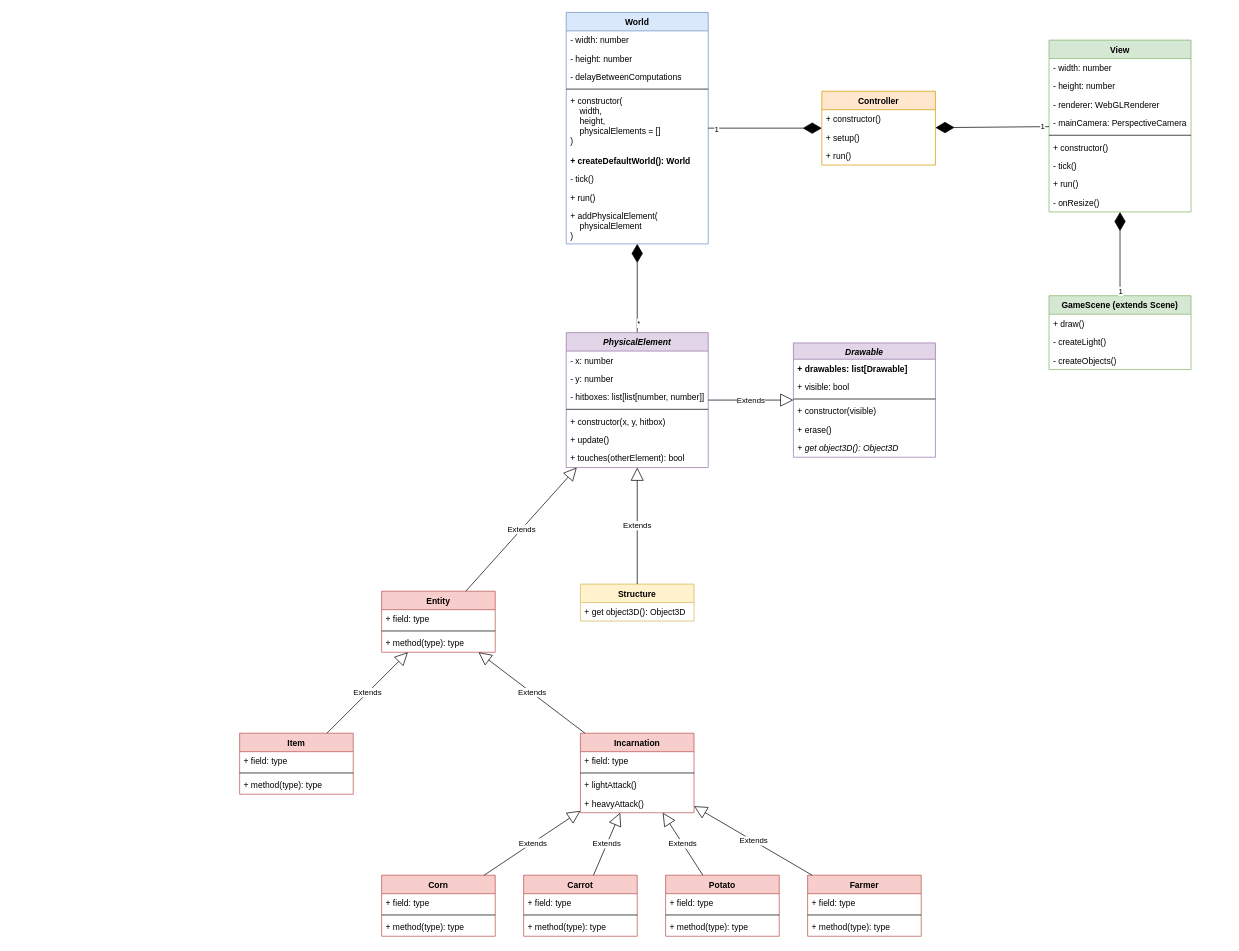
Before: information/class diagram.drawio in le-chartreux/Rutabagarre-web-edition, a draw.io diagram. Source tidied: cells renumbered, new cells numbered last; positions are measured from the earlier drawing's top-left corner, leaving out a move shared by most shapes. Both pictures are drawn from the tidied source at 71%, with x=0, y=0 at pixel (239, 12).
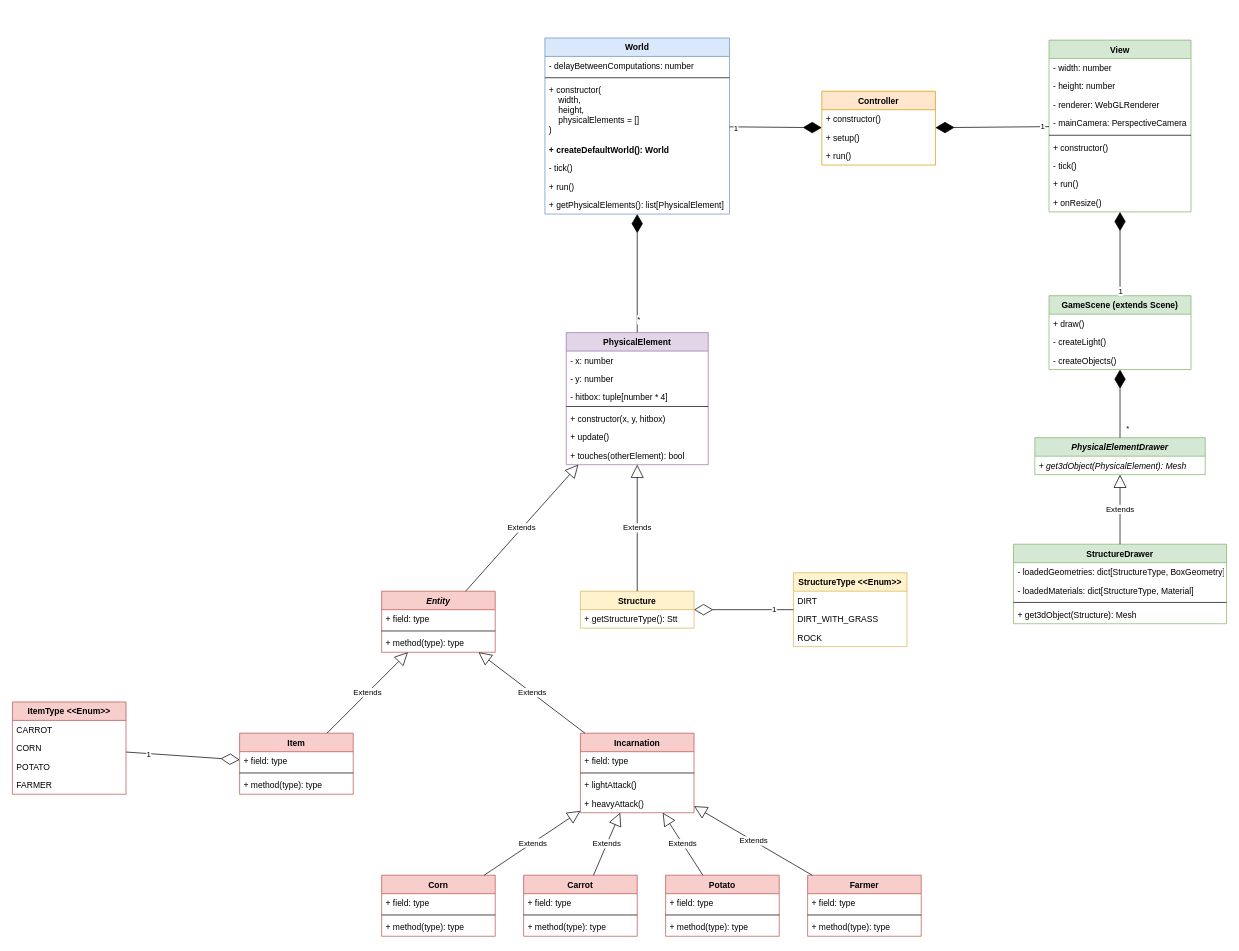
The same diagram, later.

Commit message (it also covers changes not shown here):
working on the project architecture -> better MVC

The change refers to these unchanged cells:
```xml
<mxCell id="2" value="View" style="swimlane;fontStyle=1;align=center;verticalAlign=top;horizontal=1;startSize=26;fillColor=#d5e8d4;strokeColor=#82b366;" parent="1" vertex="1">
  <mxGeometry x="1140" y="39" width="200" height="242" as="geometry" />
</mxCell>
<mxCell id="48" value="Item" style="swimlane;fontStyle=1;align=center;verticalAlign=top;horizontal=1;startSize=26;fillColor=#f8cecc;strokeColor=#b85450;" parent="1" vertex="1">
  <mxGeometry y="1015.2" width="160" height="86" as="geometry" />
</mxCell>
<mxCell id="86" value="GameScene (extends Scene)" style="swimlane;fontStyle=1;align=center;verticalAlign=top;horizontal=1;startSize=26;fillColor=#d5e8d4;strokeColor=#82b366;" parent="1" vertex="1">
  <mxGeometry x="1140" y="399" width="200" height="104" as="geometry" />
</mxCell>
```

The edit, as a diff of the source:
```diff
@@
-    <mxCell id="11" value="- onResize()" style="text;strokeColor=none;fillColor=none;align=left;verticalAlign=top;spacingLeft=4;spacingRight=4;overflow=hidden;" parent="2" vertex="1">
+    <mxCell id="11" value="+ onResize()" style="text;strokeColor=none;fillColor=none;align=left;verticalAlign=top;spacingLeft=4;spacingRight=4;overflow=hidden;" parent="2" vertex="1">
       <mxGeometry y="216" width="200" height="26" as="geometry" />
     </mxCell>
@@
     <mxCell id="16" value="World" style="swimlane;fontStyle=1;align=center;verticalAlign=top;horizontal=1;startSize=26;fillColor=#dae8fc;strokeColor=#6c8ebf;" parent="1" vertex="1">
-      <mxGeometry x="460" width="200" height="326" as="geometry" />
+      <mxGeometry x="430" y="36" width="260" height="248" as="geometry" />
     </mxCell>
-    <mxCell id="17" value="- width: number" style="text;strokeColor=none;fillColor=none;align=left;verticalAlign=top;spacingLeft=4;spacingRight=4;overflow=hidden;" parent="16" vertex="1">
-      <mxGeometry y="26" width="200" height="26" as="geometry" />
-    </mxCell>
-    <mxCell id="18" value="- height: number" style="text;strokeColor=none;fillColor=none;align=left;verticalAlign=top;spacingLeft=4;spacingRight=4;overflow=hidden;" parent="16" vertex="1">
-      <mxGeometry y="52" width="200" height="26" as="geometry" />
-    </mxCell>
-    <mxCell id="19" value="- delayBetweenComputations" style="text;strokeColor=none;fillColor=none;align=left;verticalAlign=top;spacingLeft=4;spacingRight=4;overflow=hidden;" parent="16" vertex="1">
-      <mxGeometry y="78" width="200" height="26" as="geometry" />
+    <mxCell id="19" value="- delayBetweenComputations: number" style="text;strokeColor=none;fillColor=none;align=left;verticalAlign=top;spacingLeft=4;spacingRight=4;overflow=hidden;" parent="16" vertex="1">
+      <mxGeometry y="26" width="260" height="26" as="geometry" />
     </mxCell>
     <mxCell id="20" style="line;strokeWidth=1;fillColor=none;align=left;verticalAlign=middle;spacingTop=-1;spacingLeft=3;spacingRight=3;labelPosition=right;" parent="16" vertex="1">
-      <mxGeometry y="104" width="200" height="8" as="geometry" />
+      <mxGeometry y="52" width="260" height="8" as="geometry" />
     </mxCell>
     <mxCell id="21" value="+ constructor(&#10;    width, &#10;    height, &#10;    physicalElements = []&#10;)" style="text;strokeColor=none;fillColor=none;align=left;verticalAlign=top;spacingLeft=4;spacingRight=4;overflow=hidden;" parent="16" vertex="1">
-      <mxGeometry y="112" width="200" height="84" as="geometry" />
+      <mxGeometry y="60" width="260" height="84" as="geometry" />
     </mxCell>
     <mxCell id="22" value="+ createDefaultWorld(): World" style="text;strokeColor=none;fillColor=none;align=left;verticalAlign=top;spacingLeft=4;spacingRight=4;overflow=hidden;fontStyle=1;" parent="16" vertex="1">
-      <mxGeometry y="196" width="200" height="26" as="geometry" />
+      <mxGeometry y="144" width="260" height="26" as="geometry" />
     </mxCell>
     <mxCell id="23" value="- tick()" style="text;strokeColor=none;fillColor=none;align=left;verticalAlign=top;spacingLeft=4;spacingRight=4;overflow=hidden;" parent="16" vertex="1">
-      <mxGeometry y="222" width="200" height="26" as="geometry" />
+      <mxGeometry y="170" width="260" height="26" as="geometry" />
     </mxCell>
     <mxCell id="24" value="+ run()" style="text;strokeColor=none;fillColor=none;align=left;verticalAlign=top;spacingLeft=4;spacingRight=4;overflow=hidden;" parent="16" vertex="1">
-      <mxGeometry y="248" width="200" height="26" as="geometry" />
+      <mxGeometry y="196" width="260" height="26" as="geometry" />
     </mxCell>
-    <mxCell id="25" value="+ addPhysicalElement(&#10;    physicalElement&#10;)" style="text;strokeColor=none;fillColor=none;align=left;verticalAlign=top;spacingLeft=4;spacingRight=4;overflow=hidden;" parent="16" vertex="1">
-      <mxGeometry y="274" width="200" height="52" as="geometry" />
-    </mxCell>
-    <mxCell id="26" value="Drawable" style="swimlane;fontStyle=3;align=center;verticalAlign=top;horizontal=1;startSize=23;fillColor=#e1d5e7;strokeColor=#9673a6;" parent="1" vertex="1">
-      <mxGeometry x="780" y="465.5" width="200" height="161" as="geometry" />
-    </mxCell>
-    <mxCell id="27" value="+ drawables: list[Drawable]" style="text;strokeColor=none;fillColor=none;align=left;verticalAlign=top;spacingLeft=4;spacingRight=4;overflow=hidden;fontStyle=1;" parent="26" vertex="1">
-      <mxGeometry y="23" width="200" height="26" as="geometry" />
-    </mxCell>
-    <mxCell id="28" value="+ visible: bool" style="text;strokeColor=none;fillColor=none;align=left;verticalAlign=top;spacingLeft=4;spacingRight=4;overflow=hidden;" parent="26" vertex="1">
-      <mxGeometry y="49" width="200" height="26" as="geometry" />
-    </mxCell>
-    <mxCell id="29" style="line;strokeWidth=1;fillColor=none;align=left;verticalAlign=middle;spacingTop=-1;spacingLeft=3;spacingRight=3;labelPosition=right;" parent="26" vertex="1">
-      <mxGeometry y="75" width="200" height="8" as="geometry" />
-    </mxCell>
-    <mxCell id="30" value="+ constructor(visible)" style="text;strokeColor=none;fillColor=none;align=left;verticalAlign=top;spacingLeft=4;spacingRight=4;overflow=hidden;" parent="26" vertex="1">
-      <mxGeometry y="83" width="200" height="26" as="geometry" />
-    </mxCell>
-    <mxCell id="31" value="+ erase()" style="text;strokeColor=none;fillColor=none;align=left;verticalAlign=top;spacingLeft=4;spacingRight=4;overflow=hidden;" parent="26" vertex="1">
-      <mxGeometry y="109" width="200" height="26" as="geometry" />
-    </mxCell>
-    <mxCell id="32" value="+ get object3D(): Object3D" style="text;strokeColor=none;fillColor=none;align=left;verticalAlign=top;spacingLeft=4;spacingRight=4;overflow=hidden;fontStyle=2;" parent="26" vertex="1">
-      <mxGeometry y="135" width="200" height="26" as="geometry" />
-    </mxCell>
+    <mxCell id="93" value="+ getPhysicalElements(): list[PhysicalElement]" style="text;strokeColor=none;fillColor=none;align=left;verticalAlign=top;spacingLeft=4;spacingRight=4;overflow=hidden;" parent="16" vertex="1">
+      <mxGeometry y="222" width="260" height="26" as="geometry" />
+    </mxCell>
@@
-    <mxCell id="37" value="Entity" style="swimlane;fontStyle=1;align=center;verticalAlign=top;horizontal=1;startSize=26;fillColor=#f8cecc;strokeColor=#b85450;" parent="1" vertex="1">
+    <mxCell id="37" value="Entity" style="swimlane;fontStyle=3;align=center;verticalAlign=top;horizontal=1;startSize=26;fillColor=#f8cecc;strokeColor=#b85450;" parent="1" vertex="1">
       <mxGeometry x="200" y="815.2" width="160" height="86" as="geometry" />
     </mxCell>
@@
     <mxCell id="41" value="Structure" style="swimlane;fontStyle=1;align=center;verticalAlign=top;horizontal=1;startSize=26;fillColor=#fff2cc;strokeColor=#d6b656;" parent="1" vertex="1">
-      <mxGeometry x="480" y="805.2" width="160" height="52" as="geometry" />
+      <mxGeometry x="480" y="815.2" width="160" height="52" as="geometry" />
     </mxCell>
-    <mxCell id="42" value="+ get object3D(): Object3D" style="text;strokeColor=none;fillColor=none;align=left;verticalAlign=top;spacingLeft=4;spacingRight=4;overflow=hidden;" parent="41" vertex="1">
-      <mxGeometry y="26" width="160" height="26" as="geometry" />
-    </mxCell>
+    <mxCell id="94" value="+ getStructureType(): Stt" style="text;strokeColor=none;fillColor=none;align=left;verticalAlign=top;spacingLeft=4;spacingRight=4;overflow=hidden;" parent="41" vertex="1">
+      <mxGeometry y="26" width="160" height="26" as="geometry" />
+    </mxCell>
@@
-    <mxCell id="76" value="PhysicalElement" style="swimlane;fontStyle=3;align=center;verticalAlign=top;horizontal=1;startSize=26;fillColor=#e1d5e7;strokeColor=#9673a6;" parent="1" vertex="1">
-      <mxGeometry x="460" y="451" width="200" height="190" as="geometry" />
+    <mxCell id="76" value="PhysicalElement" style="swimlane;fontStyle=1;align=center;verticalAlign=top;horizontal=1;startSize=26;fillColor=#e1d5e7;strokeColor=#9673a6;" parent="1" vertex="1">
+      <mxGeometry x="460" y="451" width="200" height="186" as="geometry" />
     </mxCell>
@@
-    <mxCell id="79" value="- hitboxes: list[list[number, number]]" style="text;strokeColor=none;fillColor=none;align=left;verticalAlign=top;spacingLeft=4;spacingRight=4;overflow=hidden;" parent="76" vertex="1">
-      <mxGeometry y="78" width="200" height="26" as="geometry" />
-    </mxCell>
+    <mxCell id="95" value="- hitbox: tuple[number * 4]" style="text;strokeColor=none;fillColor=none;align=left;verticalAlign=top;spacingLeft=4;spacingRight=4;overflow=hidden;" parent="76" vertex="1">
+      <mxGeometry y="78" width="200" height="22" as="geometry" />
+    </mxCell>
     <mxCell id="80" style="line;strokeWidth=1;fillColor=none;align=left;verticalAlign=middle;spacingTop=-1;spacingLeft=3;spacingRight=3;labelPosition=right;" parent="76" vertex="1">
-      <mxGeometry y="104" width="200" height="8" as="geometry" />
+      <mxGeometry y="100" width="200" height="8" as="geometry" />
     </mxCell>
     <mxCell id="81" value="+ constructor(x, y, hitbox)" style="text;strokeColor=none;fillColor=none;align=left;verticalAlign=top;spacingLeft=4;spacingRight=4;overflow=hidden;" parent="76" vertex="1">
-      <mxGeometry y="112" width="200" height="26" as="geometry" />
+      <mxGeometry y="108" width="200" height="26" as="geometry" />
     </mxCell>
     <mxCell id="82" value="+ update()" style="text;strokeColor=none;fillColor=none;align=left;verticalAlign=top;spacingLeft=4;spacingRight=4;overflow=hidden;" parent="76" vertex="1">
-      <mxGeometry y="138" width="200" height="26" as="geometry" />
+      <mxGeometry y="134" width="200" height="26" as="geometry" />
     </mxCell>
     <mxCell id="83" value="+ touches(otherElement): bool" style="text;strokeColor=none;fillColor=none;align=left;verticalAlign=top;spacingLeft=4;spacingRight=4;overflow=hidden;" parent="76" vertex="1">
-      <mxGeometry y="164" width="200" height="26" as="geometry" />
+      <mxGeometry y="160" width="200" height="26" as="geometry" />
     </mxCell>
@@
+    <mxCell id="96" value="StructureDrawer" style="swimlane;fontStyle=1;align=center;verticalAlign=top;horizontal=1;startSize=26;fillColor=#d5e8d4;strokeColor=#82b366;" parent="1" vertex="1">
+      <mxGeometry x="1090" y="749" width="300" height="112" as="geometry" />
+    </mxCell>
+    <mxCell id="97" value="- loadedGeometries: dict[StructureType, BoxGeometry]" style="text;strokeColor=none;fillColor=none;align=left;verticalAlign=top;spacingLeft=4;spacingRight=4;overflow=hidden;fontStyle=0;" parent="96" vertex="1">
+      <mxGeometry y="26" width="300" height="26" as="geometry" />
+    </mxCell>
+    <mxCell id="98" value="- loadedMaterials: dict[StructureType, Material]" style="text;strokeColor=none;fillColor=none;align=left;verticalAlign=top;spacingLeft=4;spacingRight=4;overflow=hidden;fontStyle=0;" parent="96" vertex="1">
+      <mxGeometry y="52" width="300" height="26" as="geometry" />
+    </mxCell>
+    <mxCell id="99" style="line;strokeWidth=1;fillColor=none;align=left;verticalAlign=middle;spacingTop=-1;spacingLeft=3;spacingRight=3;labelPosition=right;" parent="96" vertex="1">
+      <mxGeometry y="78" width="300" height="8" as="geometry" />
+    </mxCell>
+    <mxCell id="100" value="+ get3dObject(Structure): Mesh" style="text;strokeColor=none;fillColor=none;align=left;verticalAlign=top;spacingLeft=4;spacingRight=4;overflow=hidden;fontStyle=0;" parent="96" vertex="1">
+      <mxGeometry y="86" width="300" height="26" as="geometry" />
+    </mxCell>
+    <mxCell id="101" value="StructureType &lt;&lt;Enum&gt;&gt;" style="swimlane;fontStyle=1;align=center;verticalAlign=top;horizontal=1;startSize=26;fillColor=#fff2cc;strokeColor=#d6b656;" parent="1" vertex="1">
+      <mxGeometry x="780" y="789.2" width="160" height="104" as="geometry" />
+    </mxCell>
+    <mxCell id="102" value="DIRT" style="text;strokeColor=none;fillColor=none;align=left;verticalAlign=top;spacingLeft=4;spacingRight=4;overflow=hidden;" parent="101" vertex="1">
+      <mxGeometry y="26" width="160" height="26" as="geometry" />
+    </mxCell>
+    <mxCell id="103" value="DIRT_WITH_GRASS" style="text;strokeColor=none;fillColor=none;align=left;verticalAlign=top;spacingLeft=4;spacingRight=4;overflow=hidden;" parent="101" vertex="1">
+      <mxGeometry y="52" width="160" height="26" as="geometry" />
+    </mxCell>
+    <mxCell id="104" value="ROCK" style="text;strokeColor=none;fillColor=none;align=left;verticalAlign=top;spacingLeft=4;spacingRight=4;overflow=hidden;" parent="101" vertex="1">
+      <mxGeometry y="78" width="160" height="26" as="geometry" />
+    </mxCell>
+    <mxCell id="105" style="endArrow=diamondThin;endFill=0;endSize=24;html=1;rounded=0;" parent="1" edge="1" source="101" target="41">
+      <mxGeometry relative="1" as="geometry" />
+    </mxCell>
+    <mxCell id="106" value="1" style="edgeLabel;html=1;align=center;verticalAlign=middle;" parent="105" vertex="1">
+      <mxGeometry x="-0.6" y="-1" relative="1" as="geometry" />
+    </mxCell>
+    <mxCell id="107" value="PhysicalElementDrawer" style="swimlane;fontStyle=3;align=center;verticalAlign=top;horizontal=1;startSize=26;fillColor=#d5e8d4;strokeColor=#82b366;" parent="1" vertex="1">
+      <mxGeometry x="1120" y="599" width="240" height="52" as="geometry" />
+    </mxCell>
+    <mxCell id="108" value="+ get3dObject(PhysicalElement): Mesh" style="text;strokeColor=none;fillColor=none;align=left;verticalAlign=top;spacingLeft=4;spacingRight=4;overflow=hidden;fontStyle=2;" parent="107" vertex="1">
+      <mxGeometry y="26" width="240" height="26" as="geometry" />
+    </mxCell>
-    <mxCell id="92" value="Extends" style="endArrow=block;endSize=16;endFill=0;html=1;rounded=0;" parent="1" edge="1" source="76" target="26">
+    <mxCell id="92" value="Extends" style="endArrow=block;endSize=16;endFill=0;html=1;rounded=0;" parent="1" edge="1" source="96" target="107">
       <mxGeometry relative="1" as="geometry" />
     </mxCell>
+    <mxCell id="109" style="endArrow=diamondThin;endFill=1;endSize=24;html=1;rounded=0;" parent="1" edge="1" source="107" target="86">
+      <mxGeometry relative="1" as="geometry" />
+    </mxCell>
+    <mxCell id="110" value="*" style="edgeLabel;html=1;align=center;verticalAlign=middle;" parent="109" vertex="1">
+      <mxGeometry x="-0.88" relative="1" as="geometry">
+        <mxPoint x="10" y="-8" as="offset" />
+      </mxGeometry>
+    </mxCell>
+    <mxCell id="111" value="ItemType &lt;&lt;Enum&gt;&gt;" style="swimlane;fontStyle=1;align=center;verticalAlign=top;horizontal=1;startSize=26;fillColor=#f8cecc;strokeColor=#b85450;" parent="1" vertex="1">
+      <mxGeometry x="-320" y="971.2" width="160" height="130" as="geometry" />
+    </mxCell>
+    <mxCell id="112" value="CARROT" style="text;strokeColor=none;fillColor=none;align=left;verticalAlign=top;spacingLeft=4;spacingRight=4;overflow=hidden;" parent="111" vertex="1">
+      <mxGeometry y="26" width="160" height="26" as="geometry" />
+    </mxCell>
+    <mxCell id="113" value="CORN" style="text;strokeColor=none;fillColor=none;align=left;verticalAlign=top;spacingLeft=4;spacingRight=4;overflow=hidden;" parent="111" vertex="1">
+      <mxGeometry y="52" width="160" height="26" as="geometry" />
+    </mxCell>
+    <mxCell id="114" value="POTATO" style="text;strokeColor=none;fillColor=none;align=left;verticalAlign=top;spacingLeft=4;spacingRight=4;overflow=hidden;" parent="111" vertex="1">
+      <mxGeometry y="78" width="160" height="26" as="geometry" />
+    </mxCell>
+    <mxCell id="115" value="FARMER" style="text;strokeColor=none;fillColor=none;align=left;verticalAlign=top;spacingLeft=4;spacingRight=4;overflow=hidden;" parent="111" vertex="1">
+      <mxGeometry y="104" width="160" height="26" as="geometry" />
+    </mxCell>
+    <mxCell id="116" style="endArrow=diamondThin;endFill=0;endSize=24;html=1;rounded=0;" parent="1" edge="1" source="111" target="48">
+      <mxGeometry relative="1" as="geometry" />
+    </mxCell>
+    <mxCell id="117" value="1" style="edgeLabel;html=1;align=center;verticalAlign=middle;" parent="116" vertex="1">
+      <mxGeometry x="-0.6" y="-1" relative="1" as="geometry" />
+    </mxCell>
```
